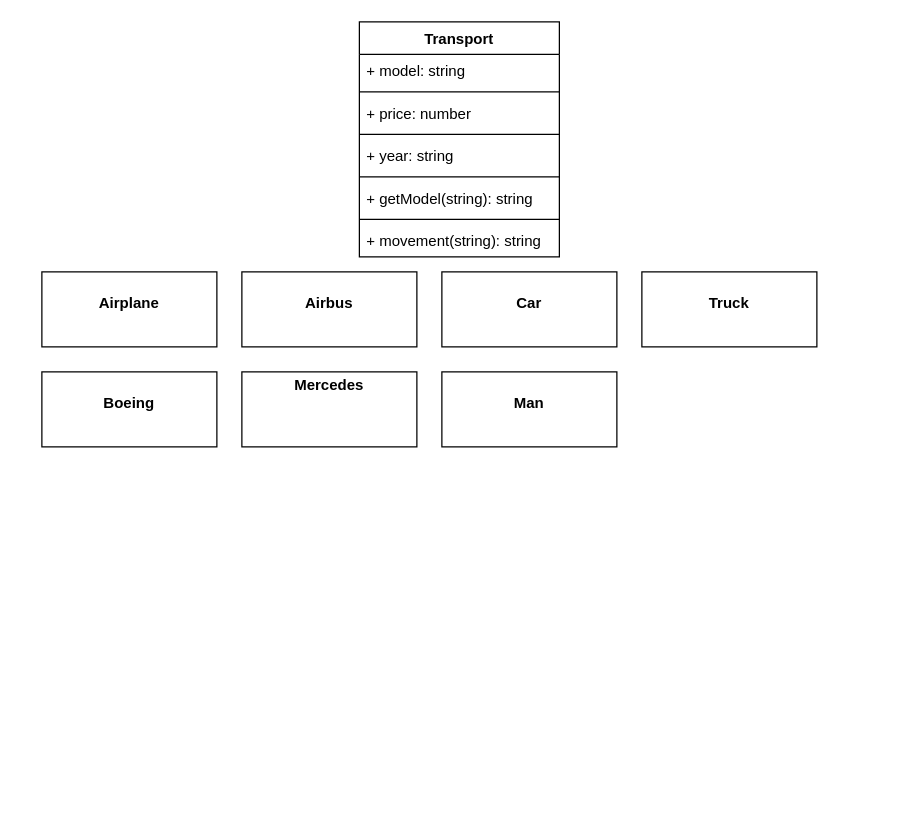
The draw.io diagram InheritanceTask-6.drawio in MikaelaMacari/js_learning, before the edit. Source tidied: cells renumbered, new cells numbered last; positions are measured from the earlier drawing's top-left corner, leaving out a move shared by most shapes. Both pictures are drawn from the tidied source at 125%, with x=0, y=0 at pixel (41, 21).
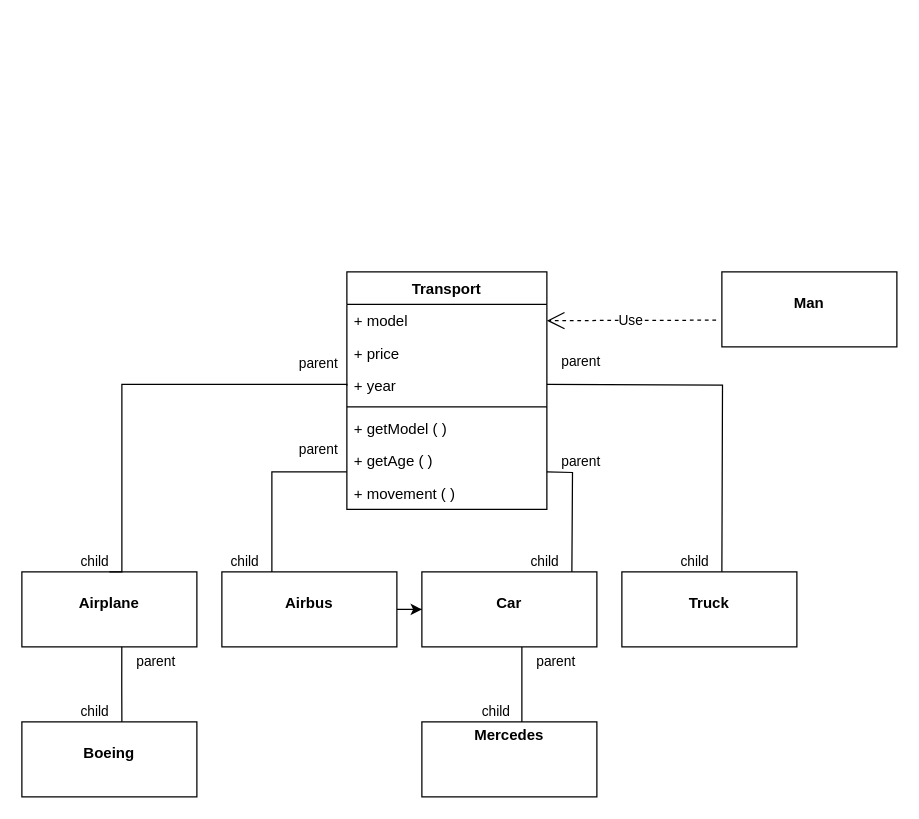
After the change.

Diff of the diagram source:
```diff
@@
     <mxCell id="2" value="Transport&#10;" style="swimlane;fontStyle=1;align=center;verticalAlign=top;horizontal=1;startSize=26;" parent="1" vertex="1">
-      <mxGeometry x="254" width="160" height="188" as="geometry" />
+      <mxGeometry x="244" y="200" width="160" height="190" as="geometry" />
     </mxCell>
-    <mxCell id="3" value="+ model: string" style="text;strokeColor=none;fillColor=none;align=left;verticalAlign=top;spacingLeft=4;spacingRight=4;overflow=hidden;points=[[0,0.5],[1,0.5]];portConstraint=eastwest;" parent="2" vertex="1">
+    <mxCell id="3" value="+ model" style="text;strokeColor=none;fillColor=none;align=left;verticalAlign=top;spacingLeft=4;spacingRight=4;overflow=hidden;points=[[0,0.5],[1,0.5]];portConstraint=eastwest;" parent="2" vertex="1">
       <mxGeometry y="26" width="160" height="26" as="geometry" />
     </mxCell>
+    <mxCell id="5" value="+ price" style="text;strokeColor=none;fillColor=none;align=left;verticalAlign=top;spacingLeft=4;spacingRight=4;overflow=hidden;" parent="2" vertex="1">
+      <mxGeometry y="52" width="160" height="26" as="geometry" />
+    </mxCell>
+    <mxCell id="19" value="+ year" style="text;strokeColor=none;fillColor=none;align=left;verticalAlign=top;spacingLeft=4;spacingRight=4;overflow=hidden;points=[[0,0.5],[1,0.5]];portConstraint=eastwest;" parent="2" vertex="1">
+      <mxGeometry y="78" width="160" height="26" as="geometry" />
+    </mxCell>
     <mxCell id="4" style="line;strokeWidth=1;fillColor=none;align=left;verticalAlign=middle;spacingTop=-1;spacingLeft=3;spacingRight=3;labelPosition=right;" parent="2" vertex="1">
-      <mxGeometry y="52" width="160" height="8" as="geometry" />
+      <mxGeometry y="104" width="160" height="8" as="geometry" />
     </mxCell>
-    <mxCell id="5" value="+ price: number" style="text;strokeColor=none;fillColor=none;align=left;verticalAlign=top;spacingLeft=4;spacingRight=4;overflow=hidden;" parent="2" vertex="1">
-      <mxGeometry y="60" width="160" height="26" as="geometry" />
-    </mxCell>
-    <mxCell id="6" style="line;strokeWidth=1;fillColor=none;align=left;verticalAlign=middle;spacingTop=-1;spacingLeft=3;spacingRight=3;labelPosition=right;" parent="2" vertex="1">
-      <mxGeometry y="86" width="160" height="8" as="geometry" />
-    </mxCell>
-    <mxCell id="7" value="+ year: string" style="text;strokeColor=none;fillColor=none;align=left;verticalAlign=top;spacingLeft=4;spacingRight=4;overflow=hidden;" parent="2" vertex="1">
-      <mxGeometry y="94" width="160" height="26" as="geometry" />
-    </mxCell>
-    <mxCell id="8" style="line;strokeWidth=1;fillColor=none;align=left;verticalAlign=middle;spacingTop=-1;spacingLeft=3;spacingRight=3;labelPosition=right;" parent="2" vertex="1">
-      <mxGeometry y="120" width="160" height="8" as="geometry" />
-    </mxCell>
-    <mxCell id="9" value="+ getModel(string): string" style="text;strokeColor=none;fillColor=none;align=left;verticalAlign=top;spacingLeft=4;spacingRight=4;overflow=hidden;" parent="2" vertex="1">
-      <mxGeometry y="128" width="160" height="26" as="geometry" />
+    <mxCell id="9" value="+ getModel ( )" style="text;strokeColor=none;fillColor=none;align=left;verticalAlign=top;spacingLeft=4;spacingRight=4;overflow=hidden;" parent="2" vertex="1">
+      <mxGeometry y="112" width="160" height="26" as="geometry" />
     </mxCell>
-    <mxCell id="10" style="line;strokeWidth=1;fillColor=none;align=left;verticalAlign=middle;spacingTop=-1;spacingLeft=3;spacingRight=3;labelPosition=right;" parent="2" vertex="1">
-      <mxGeometry y="154" width="160" height="8" as="geometry" />
-    </mxCell>
-    <mxCell id="11" value="+ movement(string): string" style="text;strokeColor=none;fillColor=none;align=left;verticalAlign=top;spacingLeft=4;spacingRight=4;overflow=hidden;" parent="2" vertex="1">
-      <mxGeometry y="162" width="160" height="26" as="geometry" />
+    <mxCell id="11" value="+ getAge ( )" style="text;strokeColor=none;fillColor=none;align=left;verticalAlign=top;spacingLeft=4;spacingRight=4;overflow=hidden;" parent="2" vertex="1">
+      <mxGeometry y="138" width="160" height="26" as="geometry" />
     </mxCell>
+    <mxCell id="20" value="+ movement ( )" style="text;strokeColor=none;fillColor=none;align=left;verticalAlign=top;spacingLeft=4;spacingRight=4;overflow=hidden;" parent="2" vertex="1">
+      <mxGeometry y="164" width="160" height="26" as="geometry" />
+    </mxCell>
     <mxCell id="12" value="&lt;p style=&quot;margin:0px;margin-top:4px;text-align:center;&quot;&gt;&lt;br&gt;&lt;b&gt;Airplane&lt;/b&gt;&lt;/p&gt;&lt;p style=&quot;margin:0px;margin-top:4px;text-align:center;&quot;&gt;&lt;b&gt;&lt;br&gt;&lt;/b&gt;&lt;/p&gt;" style="verticalAlign=top;align=left;overflow=fill;fontSize=12;fontFamily=Helvetica;html=1;" parent="1" vertex="1">
-      <mxGeometry y="200" width="140" height="60" as="geometry" />
+      <mxGeometry x="-16" y="440" width="140" height="60" as="geometry" />
     </mxCell>
+    <mxCell id="21" style="edgeStyle=orthogonalEdgeStyle;rounded=0;jettySize=auto;html=1;" parent="1" edge="1" source="13" target="14">
+      <mxGeometry relative="1" as="geometry" />
+    </mxCell>
     <mxCell id="13" value="&lt;p style=&quot;margin:0px;margin-top:4px;text-align:center;&quot;&gt;&lt;br&gt;&lt;b&gt;Airbus&lt;/b&gt;&lt;/p&gt;&lt;p style=&quot;margin:0px;margin-top:4px;text-align:center;&quot;&gt;&lt;b&gt;&lt;br&gt;&lt;/b&gt;&lt;/p&gt;" style="verticalAlign=top;align=left;overflow=fill;fontSize=12;fontFamily=Helvetica;html=1;" parent="1" vertex="1">
-      <mxGeometry x="160" y="200" width="140" height="60" as="geometry" />
+      <mxGeometry x="144" y="440" width="140" height="60" as="geometry" />
     </mxCell>
     <mxCell id="14" value="&lt;p style=&quot;margin:0px;margin-top:4px;text-align:center;&quot;&gt;&lt;br&gt;&lt;b&gt;Car&lt;/b&gt;&lt;/p&gt;&lt;p style=&quot;margin:0px;margin-top:4px;text-align:center;&quot;&gt;&lt;b&gt;&lt;br&gt;&lt;/b&gt;&lt;/p&gt;" style="verticalAlign=top;align=left;overflow=fill;fontSize=12;fontFamily=Helvetica;html=1;" parent="1" vertex="1">
-      <mxGeometry x="320" y="200" width="140" height="60" as="geometry" />
+      <mxGeometry x="304" y="440" width="140" height="60" as="geometry" />
     </mxCell>
     <mxCell id="15" value="&lt;p style=&quot;margin:0px;margin-top:4px;text-align:center;&quot;&gt;&lt;br&gt;&lt;b&gt;Truck&lt;/b&gt;&lt;/p&gt;&lt;p style=&quot;margin:0px;margin-top:4px;text-align:center;&quot;&gt;&lt;b&gt;&lt;br&gt;&lt;/b&gt;&lt;/p&gt;&lt;p style=&quot;margin:0px;margin-top:4px;text-align:center;&quot;&gt;&lt;b&gt;&lt;br&gt;&lt;/b&gt;&lt;/p&gt;" style="verticalAlign=top;align=left;overflow=fill;fontSize=12;fontFamily=Helvetica;html=1;" parent="1" vertex="1">
-      <mxGeometry x="480" y="200" width="140" height="60" as="geometry" />
+      <mxGeometry x="464" y="440" width="140" height="60" as="geometry" />
     </mxCell>
     <mxCell id="16" value="&lt;p style=&quot;margin:0px;margin-top:4px;text-align:center;&quot;&gt;&lt;br&gt;&lt;b&gt;Boeing&lt;/b&gt;&lt;/p&gt;&lt;p style=&quot;margin:0px;margin-top:4px;text-align:center;&quot;&gt;&lt;b&gt;&lt;br&gt;&lt;/b&gt;&lt;/p&gt;" style="verticalAlign=top;align=left;overflow=fill;fontSize=12;fontFamily=Helvetica;html=1;" parent="1" vertex="1">
-      <mxGeometry y="280" width="140" height="60" as="geometry" />
+      <mxGeometry x="-16" y="560" width="140" height="60" as="geometry" />
     </mxCell>
     <mxCell id="17" value="&lt;p style=&quot;margin:0px;margin-top:4px;text-align:center;&quot;&gt;&lt;b&gt;Mercedes&lt;/b&gt;&lt;/p&gt;" style="verticalAlign=top;align=left;overflow=fill;fontSize=12;fontFamily=Helvetica;html=1;" parent="1" vertex="1">
-      <mxGeometry x="160" y="280" width="140" height="60" as="geometry" />
+      <mxGeometry x="304" y="560" width="140" height="60" as="geometry" />
     </mxCell>
     <mxCell id="18" value="&lt;p style=&quot;margin:0px;margin-top:4px;text-align:center;&quot;&gt;&lt;br&gt;&lt;b&gt;Man&lt;/b&gt;&lt;/p&gt;&lt;p style=&quot;margin:0px;margin-top:4px;text-align:center;&quot;&gt;&lt;b&gt;&lt;br&gt;&lt;/b&gt;&lt;/p&gt;" style="verticalAlign=top;align=left;overflow=fill;fontSize=12;fontFamily=Helvetica;html=1;" parent="1" vertex="1">
-      <mxGeometry x="320" y="280" width="140" height="60" as="geometry" />
+      <mxGeometry x="544" y="200" width="140" height="60" as="geometry" />
     </mxCell>
+    <mxCell id="22" style="endArrow=none;html=1;edgeStyle=orthogonalEdgeStyle;rounded=0;entryX=0.5;entryY=0;entryDx=0;entryDy=0;exitX=0;exitY=0.5;exitDx=0;exitDy=0;" parent="1" edge="1" source="19" target="12">
+      <mxGeometry relative="1" as="geometry">
+        <Array as="points">
+          <mxPoint x="244" y="290" />
+          <mxPoint x="64" y="290" />
+          <mxPoint x="64" y="440" />
+        </Array>
+      </mxGeometry>
+    </mxCell>
+    <mxCell id="23" value="parent" style="edgeLabel;html=1;align=left;verticalAlign=bottom;" parent="22" vertex="1">
+      <mxGeometry x="-1" relative="1" as="geometry">
+        <mxPoint x="-40" y="-10" as="offset" />
+      </mxGeometry>
+    </mxCell>
+    <mxCell id="24" value="child" style="edgeLabel;html=1;align=right;verticalAlign=bottom;" parent="22" vertex="1">
+      <mxGeometry x="1" relative="1" as="geometry" />
+    </mxCell>
+    <mxCell id="25" style="endArrow=none;html=1;edgeStyle=orthogonalEdgeStyle;rounded=0;" parent="1" edge="1">
+      <mxGeometry relative="1" as="geometry">
+        <mxPoint x="404" y="290" as="sourcePoint" />
+        <mxPoint x="544" y="440" as="targetPoint" />
+      </mxGeometry>
+    </mxCell>
+    <mxCell id="26" value="parent" style="edgeLabel;html=1;align=left;verticalAlign=bottom;" parent="25" vertex="1">
+      <mxGeometry x="-1" relative="1" as="geometry">
+        <mxPoint x="10" y="-10" as="offset" />
+      </mxGeometry>
+    </mxCell>
+    <mxCell id="27" value="child" style="edgeLabel;html=1;align=right;verticalAlign=bottom;" parent="25" vertex="1">
+      <mxGeometry x="1" relative="1" as="geometry">
+        <mxPoint x="-10" as="offset" />
+      </mxGeometry>
+    </mxCell>
+    <mxCell id="28" style="endArrow=none;html=1;edgeStyle=orthogonalEdgeStyle;rounded=0;" parent="1" edge="1">
+      <mxGeometry relative="1" as="geometry">
+        <mxPoint x="244" y="360" as="sourcePoint" />
+        <mxPoint x="184" y="440" as="targetPoint" />
+        <Array as="points">
+          <mxPoint x="184" y="360" />
+        </Array>
+      </mxGeometry>
+    </mxCell>
+    <mxCell id="29" value="parent" style="edgeLabel;html=1;align=left;verticalAlign=bottom;" parent="28" vertex="1">
+      <mxGeometry x="-1" relative="1" as="geometry">
+        <mxPoint x="-40" y="-10" as="offset" />
+      </mxGeometry>
+    </mxCell>
+    <mxCell id="30" value="child" style="edgeLabel;html=1;align=right;verticalAlign=bottom;" parent="28" vertex="1">
+      <mxGeometry x="1" relative="1" as="geometry">
+        <mxPoint x="-10" as="offset" />
+      </mxGeometry>
+    </mxCell>
+    <mxCell id="31" style="endArrow=none;html=1;edgeStyle=orthogonalEdgeStyle;rounded=0;" parent="1" edge="1">
+      <mxGeometry relative="1" as="geometry">
+        <mxPoint x="404" y="360" as="sourcePoint" />
+        <mxPoint x="424" y="440" as="targetPoint" />
+      </mxGeometry>
+    </mxCell>
+    <mxCell id="32" value="parent" style="edgeLabel;html=1;align=left;verticalAlign=bottom;" parent="31" vertex="1">
+      <mxGeometry x="-1" relative="1" as="geometry">
+        <mxPoint x="10" as="offset" />
+      </mxGeometry>
+    </mxCell>
+    <mxCell id="33" value="child" style="edgeLabel;html=1;align=right;verticalAlign=bottom;" parent="31" vertex="1">
+      <mxGeometry x="1" relative="1" as="geometry">
+        <mxPoint x="-10" as="offset" />
+      </mxGeometry>
+    </mxCell>
+    <mxCell id="34" style="endArrow=none;html=1;edgeStyle=orthogonalEdgeStyle;rounded=0;exitX=0.571;exitY=1;exitDx=0;exitDy=0;exitPerimeter=0;" parent="1" edge="1" source="12">
+      <mxGeometry relative="1" as="geometry">
+        <mxPoint x="64" y="560" as="targetPoint" />
+      </mxGeometry>
+    </mxCell>
+    <mxCell id="35" value="parent" style="edgeLabel;html=1;align=left;verticalAlign=bottom;" parent="34" vertex="1">
+      <mxGeometry x="-1" relative="1" as="geometry">
+        <mxPoint x="10" y="20" as="offset" />
+      </mxGeometry>
+    </mxCell>
+    <mxCell id="36" value="child" style="edgeLabel;html=1;align=right;verticalAlign=bottom;" parent="34" vertex="1">
+      <mxGeometry x="1" relative="1" as="geometry">
+        <mxPoint x="-10" as="offset" />
+      </mxGeometry>
+    </mxCell>
+    <mxCell id="37" style="endArrow=none;html=1;edgeStyle=orthogonalEdgeStyle;rounded=0;" parent="1" edge="1">
+      <mxGeometry relative="1" as="geometry">
+        <mxPoint x="384" y="500" as="sourcePoint" />
+        <mxPoint x="384" y="560" as="targetPoint" />
+      </mxGeometry>
+    </mxCell>
+    <mxCell id="38" value="parent" style="edgeLabel;html=1;align=left;verticalAlign=bottom;" parent="37" vertex="1">
+      <mxGeometry x="-1" relative="1" as="geometry">
+        <mxPoint x="10" y="20" as="offset" />
+      </mxGeometry>
+    </mxCell>
+    <mxCell id="39" value="child" style="edgeLabel;html=1;align=right;verticalAlign=bottom;" parent="37" vertex="1">
+      <mxGeometry x="1" relative="1" as="geometry">
+        <mxPoint x="-9" as="offset" />
+      </mxGeometry>
+    </mxCell>
+    <mxCell id="40" value="Use" style="endArrow=open;endSize=12;dashed=1;html=1;rounded=0;exitX=-0.033;exitY=0.644;exitDx=0;exitDy=0;exitPerimeter=0;entryX=1;entryY=0.5;entryDx=0;entryDy=0;" parent="1" edge="1" source="18" target="3">
+      <mxGeometry relative="1" as="geometry" />
+    </mxCell>
```
